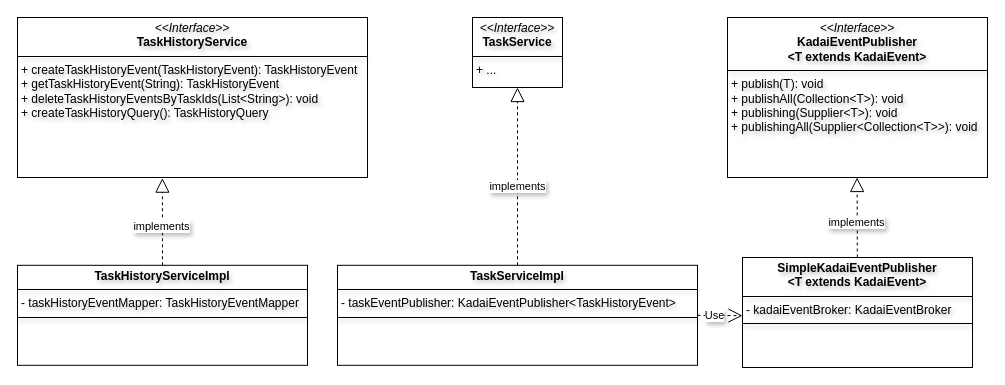
The draw.io diagram docs/user-guide/static/core-concepts/history_producer.drawio in kadai-io/kadai-doc, before the edit. Source tidied: cells renumbered, new cells numbered last; positions are measured from the earlier drawing's top-left corner, leaving out a move shared by most shapes. Both pictures are drawn from the tidied source at 100%, with x=0, y=0 at pixel (17, 17).
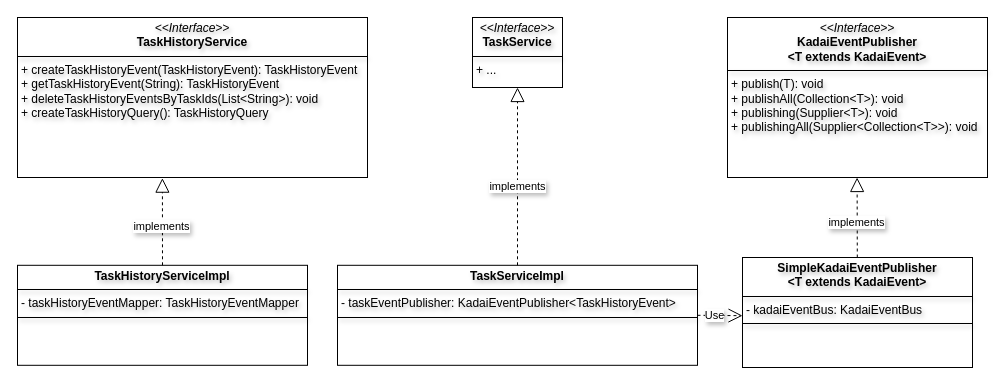
The same diagram, later.

What changed in the source:
```diff
@@
 <mxGraphModel>
   <root>
     <mxCell id="0" />
     <mxCell id="1" parent="0" />
     <mxCell id="2" value="&lt;p style=&quot;margin:0px;margin-top:4px;text-align:center;&quot;&gt;&lt;i&gt;&amp;lt;&amp;lt;Interface&amp;gt;&amp;gt;&lt;/i&gt;&lt;br&gt;&lt;b&gt;KadaiEventPublisher&lt;br&gt;&amp;lt;T extends KadaiEvent&amp;gt;&lt;/b&gt;&lt;/p&gt;&lt;hr size=&quot;1&quot; style=&quot;border-style:solid;&quot;&gt;&lt;p style=&quot;margin:0px;margin-left:4px;&quot;&gt;&lt;/p&gt;&lt;p style=&quot;margin:0px;margin-left:4px;&quot;&gt;+ publish(T): void&lt;/p&gt;&lt;p style=&quot;margin:0px;margin-left:4px;&quot;&gt;+ publishAll(Collection&amp;lt;T&amp;gt;): void&lt;/p&gt;&lt;p style=&quot;margin: 0px 0px 0px 4px;&quot;&gt;&lt;/p&gt;&lt;p style=&quot;margin: 0px 0px 0px 4px;&quot;&gt;+ publishing(Supplier&amp;lt;T&amp;gt;): void&lt;/p&gt;&lt;p style=&quot;margin: 0px 0px 0px 4px;&quot;&gt;+ publishingAll(Supplier&amp;lt;&lt;span style=&quot;background-color: transparent; color: light-dark(rgb(0, 0, 0), rgb(255, 255, 255));&quot;&gt;Collection&amp;lt;T&amp;gt;&amp;gt;&lt;/span&gt;&lt;span style=&quot;background-color: transparent; color: light-dark(rgb(0, 0, 0), rgb(255, 255, 255));&quot;&gt;): void&lt;/span&gt;&lt;/p&gt;" style="verticalAlign=top;align=left;overflow=fill;html=1;whiteSpace=wrap;textShadow=1;" parent="1" vertex="1">
       <mxGeometry x="710" width="260" height="160" as="geometry" />
     </mxCell>
-    <mxCell id="3" value="&lt;p style=&quot;margin:0px;margin-top:4px;text-align:center;&quot;&gt;&lt;b&gt;SimpleKadaiEventPublisher&lt;br&gt;&amp;lt;T extends KadaiEvent&amp;gt;&lt;/b&gt;&lt;/p&gt;&lt;hr size=&quot;1&quot; style=&quot;border-style:solid;&quot;&gt;&lt;p style=&quot;margin:0px;margin-left:4px;&quot;&gt;- kadaiEventBroker: KadaiEventBroker&lt;/p&gt;&lt;hr size=&quot;1&quot; style=&quot;border-style:solid;&quot;&gt;&lt;p style=&quot;margin:0px;margin-left:4px;&quot;&gt;&lt;br&gt;&lt;/p&gt;" style="verticalAlign=top;align=left;overflow=fill;html=1;whiteSpace=wrap;textShadow=1;" parent="1" vertex="1">
+    <mxCell id="3" value="&lt;p style=&quot;margin:0px;margin-top:4px;text-align:center;&quot;&gt;&lt;b&gt;SimpleKadaiEventPublisher&lt;br&gt;&amp;lt;T extends KadaiEvent&amp;gt;&lt;/b&gt;&lt;/p&gt;&lt;hr size=&quot;1&quot; style=&quot;border-style:solid;&quot;&gt;&lt;p style=&quot;margin:0px;margin-left:4px;&quot;&gt;- kadaiEventBus: KadaiEventBus&lt;/p&gt;&lt;hr size=&quot;1&quot; style=&quot;border-style:solid;&quot;&gt;&lt;p style=&quot;margin:0px;margin-left:4px;&quot;&gt;&lt;br&gt;&lt;/p&gt;" style="verticalAlign=top;align=left;overflow=fill;html=1;whiteSpace=wrap;textShadow=1;" parent="1" vertex="1">
       <mxGeometry x="725" y="240" width="230" height="110" as="geometry" />
     </mxCell>
     <mxCell id="4" style="endArrow=block;dashed=1;endFill=0;endSize=12;html=1;rounded=0;textShadow=1;" parent="1" edge="1">
       <mxGeometry relative="1" as="geometry">
         <mxPoint x="839.8" y="240" as="sourcePoint" />
         <mxPoint x="839.6" y="160" as="targetPoint" />
       </mxGeometry>
     </mxCell>
     <mxCell id="5" value="implements" style="edgeLabel;html=1;align=center;verticalAlign=middle;textShadow=1;" parent="4" vertex="1">
       <mxGeometry x="-0.11" y="1" relative="1" as="geometry" />
     </mxCell>
     <mxCell id="6" value="&lt;p style=&quot;margin:0px;margin-top:4px;text-align:center;&quot;&gt;&lt;i&gt;&amp;lt;&amp;lt;Interface&amp;gt;&amp;gt;&lt;/i&gt;&lt;br&gt;&lt;b&gt;TaskHistoryService&lt;/b&gt;&lt;/p&gt;&lt;hr size=&quot;1&quot; style=&quot;border-style:solid;&quot;&gt;&lt;p style=&quot;margin:0px;margin-left:4px;&quot;&gt;&lt;/p&gt;&lt;p style=&quot;margin:0px;margin-left:4px;&quot;&gt;+ createTaskHistoryEvent(TaskHistoryEvent): TaskHistoryEvent&lt;/p&gt;&lt;p style=&quot;margin:0px;margin-left:4px;&quot;&gt;+ getTaskHistoryEvent(String): TaskHistoryEvent&lt;/p&gt;&lt;p style=&quot;margin:0px;margin-left:4px;&quot;&gt;+ deleteTaskHistoryEventsByTaskIds(List&amp;lt;String&amp;gt;): void&lt;/p&gt;&lt;p style=&quot;margin:0px;margin-left:4px;&quot;&gt;+&amp;nbsp;createTaskHistoryQuery(): TaskHistoryQuery&lt;/p&gt;" style="verticalAlign=top;align=left;overflow=fill;html=1;whiteSpace=wrap;textShadow=1;" parent="1" vertex="1">
       <mxGeometry width="350" height="160" as="geometry" />
     </mxCell>
     <mxCell id="7" value="&lt;p style=&quot;margin:0px;margin-top:4px;text-align:center;&quot;&gt;&lt;b&gt;TaskHistoryServiceImpl&lt;/b&gt;&lt;/p&gt;&lt;hr size=&quot;1&quot; style=&quot;border-style:solid;&quot;&gt;&lt;p style=&quot;margin:0px;margin-left:4px;&quot;&gt;- taskHistoryEventMapper: TaskHistoryEventMapper&lt;/p&gt;&lt;hr size=&quot;1&quot; style=&quot;border-style:solid;&quot;&gt;&lt;p style=&quot;margin:0px;margin-left:4px;&quot;&gt;&lt;br&gt;&lt;/p&gt;" style="verticalAlign=top;align=left;overflow=fill;html=1;whiteSpace=wrap;textShadow=1;" parent="1" vertex="1">
       <mxGeometry y="247.8" width="290" height="100" as="geometry" />
     </mxCell>
     <mxCell id="8" value="&lt;p style=&quot;margin:0px;margin-top:4px;text-align:center;&quot;&gt;&lt;i&gt;&amp;lt;&amp;lt;Interface&amp;gt;&amp;gt;&lt;/i&gt;&lt;br&gt;&lt;b&gt;TaskService&lt;/b&gt;&lt;/p&gt;&lt;hr size=&quot;1&quot; style=&quot;border-style:solid;&quot;&gt;&lt;p style=&quot;margin:0px;margin-left:4px;&quot;&gt;&lt;/p&gt;&lt;p style=&quot;margin:0px;margin-left:4px;&quot;&gt;+ ...&lt;/p&gt;" style="verticalAlign=top;align=left;overflow=fill;html=1;whiteSpace=wrap;textShadow=1;" parent="1" vertex="1">
       <mxGeometry x="455" width="90" height="70" as="geometry" />
     </mxCell>
     <mxCell id="9" value="&lt;p style=&quot;margin:0px;margin-top:4px;text-align:center;&quot;&gt;&lt;b&gt;TaskServiceImpl&lt;/b&gt;&lt;/p&gt;&lt;hr size=&quot;1&quot; style=&quot;border-style:solid;&quot;&gt;&lt;p style=&quot;margin:0px;margin-left:4px;&quot;&gt;- taskEventPublisher:&amp;nbsp;&lt;span style=&quot;background-color: transparent; color: light-dark(rgb(0, 0, 0), rgb(255, 255, 255));&quot;&gt;KadaiEventPublisher&amp;lt;TaskHistoryEvent&amp;gt;&amp;nbsp;&lt;/span&gt;&lt;/p&gt;&lt;hr size=&quot;1&quot; style=&quot;border-style:solid;&quot;&gt;&lt;p style=&quot;margin:0px;margin-left:4px;&quot;&gt;&lt;br&gt;&lt;/p&gt;" style="verticalAlign=top;align=left;overflow=fill;html=1;whiteSpace=wrap;textShadow=1;" parent="1" vertex="1">
       <mxGeometry x="320" y="247.8" width="360" height="100" as="geometry" />
     </mxCell>
     <mxCell id="10" style="endArrow=block;dashed=1;endFill=0;endSize=12;html=1;rounded=0;textShadow=1;exitX=0.5;exitY=0;exitDx=0;exitDy=0;entryX=0.5;entryY=1;entryDx=0;entryDy=0;" parent="1" edge="1" source="9" target="8">
       <mxGeometry relative="1" as="geometry" />
     </mxCell>
     <mxCell id="11" value="implements" style="edgeLabel;html=1;align=center;verticalAlign=middle;textShadow=1;" parent="10" vertex="1">
       <mxGeometry x="-0.11" y="1" relative="1" as="geometry" />
     </mxCell>
     <mxCell id="12" value="Use" style="endArrow=open;endSize=12;dashed=1;html=1;rounded=0;entryX=0;entryY=0.529;entryDx=0;entryDy=0;textShadow=1;exitX=1;exitY=0.5;exitDx=0;exitDy=0;entryPerimeter=0;" parent="1" edge="1" source="9" target="3">
       <mxGeometry x="-0.24" relative="1" as="geometry" />
     </mxCell>
     <mxCell id="13" style="endArrow=block;dashed=1;endFill=0;endSize=12;html=1;rounded=0;textShadow=1;exitX=0.5;exitY=0;exitDx=0;exitDy=0;entryX=0.414;entryY=1.004;entryDx=0;entryDy=0;entryPerimeter=0;" parent="1" edge="1" source="7" target="6">
       <mxGeometry relative="1" as="geometry" />
     </mxCell>
     <mxCell id="14" value="implements" style="edgeLabel;html=1;align=center;verticalAlign=middle;textShadow=1;" parent="13" vertex="1">
       <mxGeometry x="-0.11" y="1" relative="1" as="geometry" />
     </mxCell>
   </root>
 </mxGraphModel>
```
